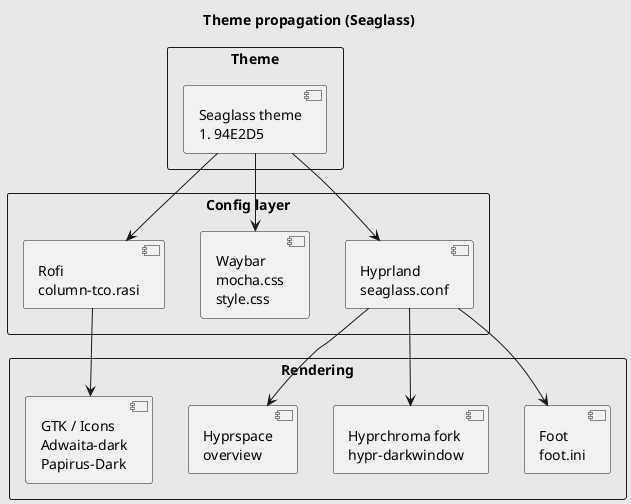
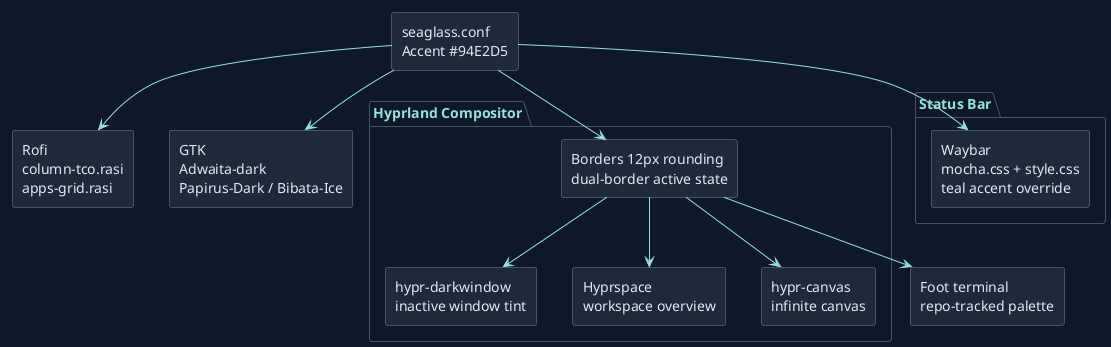
- @startuml
- title Theme propagation (Seaglass)
+ @startuml theme-flow
+ !theme plain
+ skinparam backgroundColor #0f172a
+ skinparam defaultFontColor #e2e8f0
+ skinparam arrowColor #94e2d5
+ skinparam borderColor #475569
+ skinparam shadowing false

- skinparam backgroundColor #E8E8E8
- 
- rectangle "Theme" {
-   [Seaglass theme\n#94E2D5] as theme
+ skinparam rectangle {
+   BackgroundColor #1e293b
+   BorderColor #475569
+   FontColor #e2e8f0
+ }
+ skinparam package {
+   BackgroundColor #0f172a
+   BorderColor #475569
+   FontColor #94e2d5
}

- rectangle "Config layer" {
-   [Hyprland\nseaglass.conf] as hypr
-   [Waybar\nmocha.css\nstyle.css] as waybar
-   [Rofi\ncolumn-tco.rasi] as rofi
+ rectangle "seaglass.conf\nAccent #94E2D5" as theme
+ 
+ package "Hyprland Compositor" {
+   rectangle "Borders 12px rounding\ndual-border active state" as borders
+   rectangle "hypr-darkwindow\ninactive window tint" as dw
+   rectangle "Hyprspace\nworkspace overview" as hs
+   rectangle "hypr-canvas\ninfinite canvas" as hc
}

- rectangle "Rendering" {
-   [Foot\nfoot.ini] as foot
-   [Hyprchroma fork\nhypr-darkwindow] as hyprchroma
-   [Hyprspace\noverview] as hyprspace
-   [GTK / Icons\nAdwaita-dark\nPapirus-Dark] as gtk
+ package "Status Bar" {
+   rectangle "Waybar\nmocha.css + style.css\nteal accent override" as waybar
}

- theme --> hypr
+ rectangle "Rofi\ncolumn-tco.rasi\napps-grid.rasi" as rofi
+ rectangle "Foot terminal\nrepo-tracked palette" as foot
+ rectangle "GTK\nAdwaita-dark\nPapirus-Dark / Bibata-Ice" as gtk
+ 
+ theme --> borders
theme --> waybar
theme --> rofi
- hypr --> foot
- hypr --> hyprchroma
- hypr --> hyprspace
- rofi --> gtk
+ theme --> gtk
+ borders --> dw
+ borders --> hs
+ borders --> hc
+ borders --> foot

@enduml
